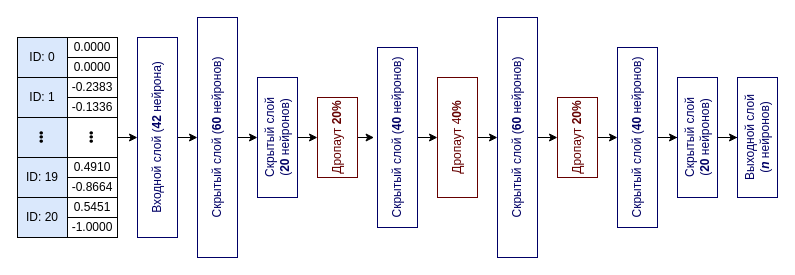
This is page "Page-1" (1 of 3) of docs/pics/drawio_schemes/nn-scheme.drawio from in7erval/Gesturix, a draw.io file, before an edit. Source tidied: cells renumbered, new cells numbered last; positions are measured from the earlier drawing's top-left corner, leaving out a move shared by most shapes. Both pictures are drawn from the tidied source at 100%, with x=0, y=0 at pixel (17, 17).
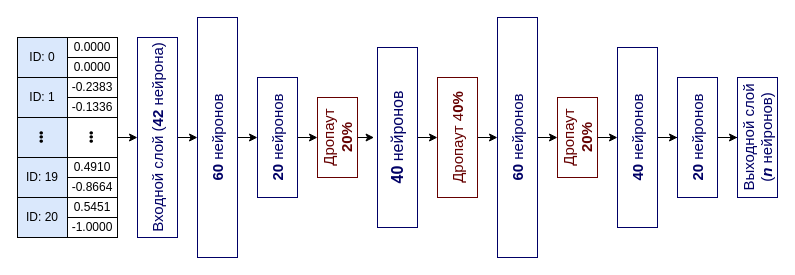
The same diagram, later.

Change to the diagram source:
```diff
@@
-    <mxCell id="18" value="Входной слой (&lt;b&gt;42&lt;/b&gt; нейрона)" style="rounded=0;whiteSpace=wrap;html=1;strokeColor=#000066;horizontal=0;fontColor=#000066;" parent="1" vertex="1">
+    <mxCell id="18" value="Входной слой (&lt;b style=&quot;font-size: 15px;&quot;&gt;42&lt;/b&gt; нейрона)" style="rounded=0;whiteSpace=wrap;html=1;strokeColor=#000066;horizontal=0;fontColor=#000066;fontSize=15;" parent="1" vertex="1">
       <mxGeometry x="120" y="20" width="40" height="200" as="geometry" />
     </mxCell>
@@
-    <mxCell id="20" value="Скрытый слой (&lt;b&gt;60&lt;/b&gt;&amp;nbsp;нейронов)" style="rounded=0;whiteSpace=wrap;html=1;strokeColor=#000066;horizontal=0;fontColor=#000066;" parent="1" vertex="1">
+    <mxCell id="20" value="&lt;b style=&quot;font-size: 15px;&quot;&gt;60&lt;/b&gt;&amp;nbsp;нейронов" style="rounded=0;whiteSpace=wrap;html=1;strokeColor=#000066;horizontal=0;fontColor=#000066;fontSize=15;" parent="1" vertex="1">
       <mxGeometry x="180" width="40" height="240" as="geometry" />
     </mxCell>
@@
-    <mxCell id="22" value="Скрытый слой (&lt;b&gt;20&lt;/b&gt;&amp;nbsp;нейронов)" style="rounded=0;whiteSpace=wrap;html=1;strokeColor=#000066;horizontal=0;fontColor=#000066;" parent="1" vertex="1">
+    <mxCell id="22" value="&lt;b style=&quot;font-size: 15px;&quot;&gt;20&lt;/b&gt;&amp;nbsp;нейронов" style="rounded=0;whiteSpace=wrap;html=1;strokeColor=#000066;horizontal=0;fontColor=#000066;fontSize=15;" parent="1" vertex="1">
       <mxGeometry x="240" y="60" width="40" height="120" as="geometry" />
     </mxCell>
@@
-    <mxCell id="24" value="Дропаут &lt;b&gt;20%&lt;/b&gt;" style="rounded=0;whiteSpace=wrap;html=1;strokeColor=#660000;horizontal=0;fontColor=#660000;" parent="1" vertex="1">
+    <mxCell id="24" value="Дропаут &lt;b style=&quot;font-size: 15px;&quot;&gt;20%&lt;/b&gt;" style="rounded=0;whiteSpace=wrap;html=1;strokeColor=#660000;horizontal=0;fontColor=#660000;fontSize=15;" parent="1" vertex="1">
       <mxGeometry x="300" y="80" width="40" height="80" as="geometry" />
     </mxCell>
@@
-    <mxCell id="26" value="Скрытый слой (&lt;b&gt;40&lt;/b&gt;&amp;nbsp;нейронов)" style="rounded=0;whiteSpace=wrap;html=1;strokeColor=#000066;horizontal=0;fontColor=#000066;" parent="1" vertex="1">
+    <mxCell id="26" value="&lt;b style=&quot;font-size: 16px;&quot;&gt;40&lt;/b&gt;&amp;nbsp;нейронов" style="rounded=0;whiteSpace=wrap;html=1;strokeColor=#000066;horizontal=0;fontColor=#000066;fontSize=16;" parent="1" vertex="1">
       <mxGeometry x="360" y="30" width="40" height="180" as="geometry" />
     </mxCell>
@@
-    <mxCell id="28" value="Дропаут 4&lt;b&gt;0%&lt;/b&gt;" style="rounded=0;whiteSpace=wrap;html=1;strokeColor=#660000;horizontal=0;fontColor=#660000;" parent="1" vertex="1">
+    <mxCell id="28" value="Дропаут 4&lt;b style=&quot;font-size: 15px;&quot;&gt;0%&lt;/b&gt;" style="rounded=0;whiteSpace=wrap;html=1;strokeColor=#660000;horizontal=0;fontColor=#660000;fontSize=15;" parent="1" vertex="1">
       <mxGeometry x="420" y="60" width="40" height="120" as="geometry" />
     </mxCell>
@@
-    <mxCell id="30" value="Скрытый слой (&lt;b&gt;60&lt;/b&gt;&amp;nbsp;нейронов)" style="rounded=0;whiteSpace=wrap;html=1;strokeColor=#000066;horizontal=0;fontColor=#000066;" parent="1" vertex="1">
+    <mxCell id="30" value="&lt;b style=&quot;font-size: 15px;&quot;&gt;60&lt;/b&gt;&amp;nbsp;нейронов" style="rounded=0;whiteSpace=wrap;html=1;strokeColor=#000066;horizontal=0;fontColor=#000066;fontSize=15;" parent="1" vertex="1">
       <mxGeometry x="480" width="40" height="240" as="geometry" />
     </mxCell>
@@
-    <mxCell id="32" value="Дропаут &lt;b&gt;20%&lt;/b&gt;" style="rounded=0;whiteSpace=wrap;html=1;strokeColor=#660000;horizontal=0;fontColor=#660000;" parent="1" vertex="1">
+    <mxCell id="32" value="Дропаут &lt;b style=&quot;font-size: 15px;&quot;&gt;20%&lt;/b&gt;" style="rounded=0;whiteSpace=wrap;html=1;strokeColor=#660000;horizontal=0;fontColor=#660000;fontSize=15;" parent="1" vertex="1">
       <mxGeometry x="540" y="80" width="40" height="80" as="geometry" />
     </mxCell>
@@
-    <mxCell id="34" value="Скрытый слой (&lt;b&gt;40&lt;/b&gt;&amp;nbsp;нейронов)" style="rounded=0;whiteSpace=wrap;html=1;strokeColor=#000066;horizontal=0;fontColor=#000066;" parent="1" vertex="1">
+    <mxCell id="34" value="&lt;b style=&quot;font-size: 15px;&quot;&gt;40&lt;/b&gt;&amp;nbsp;нейронов" style="rounded=0;whiteSpace=wrap;html=1;strokeColor=#000066;horizontal=0;fontColor=#000066;fontSize=15;" parent="1" vertex="1">
       <mxGeometry x="600" y="30" width="40" height="180" as="geometry" />
     </mxCell>
@@
-    <mxCell id="36" value="Скрытый слой (&lt;b&gt;20&lt;/b&gt;&amp;nbsp;нейронов)" style="rounded=0;whiteSpace=wrap;html=1;strokeColor=#000066;horizontal=0;fontColor=#000066;" parent="1" vertex="1">
+    <mxCell id="36" value="&lt;b style=&quot;font-size: 15px;&quot;&gt;20&lt;/b&gt;&amp;nbsp;нейронов" style="rounded=0;whiteSpace=wrap;html=1;strokeColor=#000066;horizontal=0;fontColor=#000066;fontSize=15;" parent="1" vertex="1">
       <mxGeometry x="660" y="60" width="40" height="120" as="geometry" />
     </mxCell>
-    <mxCell id="37" value="Выходной слой (&lt;i&gt;&lt;b&gt;n&lt;/b&gt;&amp;nbsp;&lt;/i&gt;нейронов)" style="rounded=0;whiteSpace=wrap;html=1;strokeColor=#000066;horizontal=0;fontColor=#000066;" parent="1" vertex="1">
+    <mxCell id="37" value="Выходной слой (&lt;i style=&quot;font-size: 15px;&quot;&gt;&lt;b style=&quot;font-size: 15px;&quot;&gt;n&lt;/b&gt;&amp;nbsp;&lt;/i&gt;нейронов)" style="rounded=0;whiteSpace=wrap;html=1;strokeColor=#000066;horizontal=0;fontColor=#000066;fontSize=15;" parent="1" vertex="1">
       <mxGeometry x="720" y="60" width="40" height="120" as="geometry" />
     </mxCell>
```
